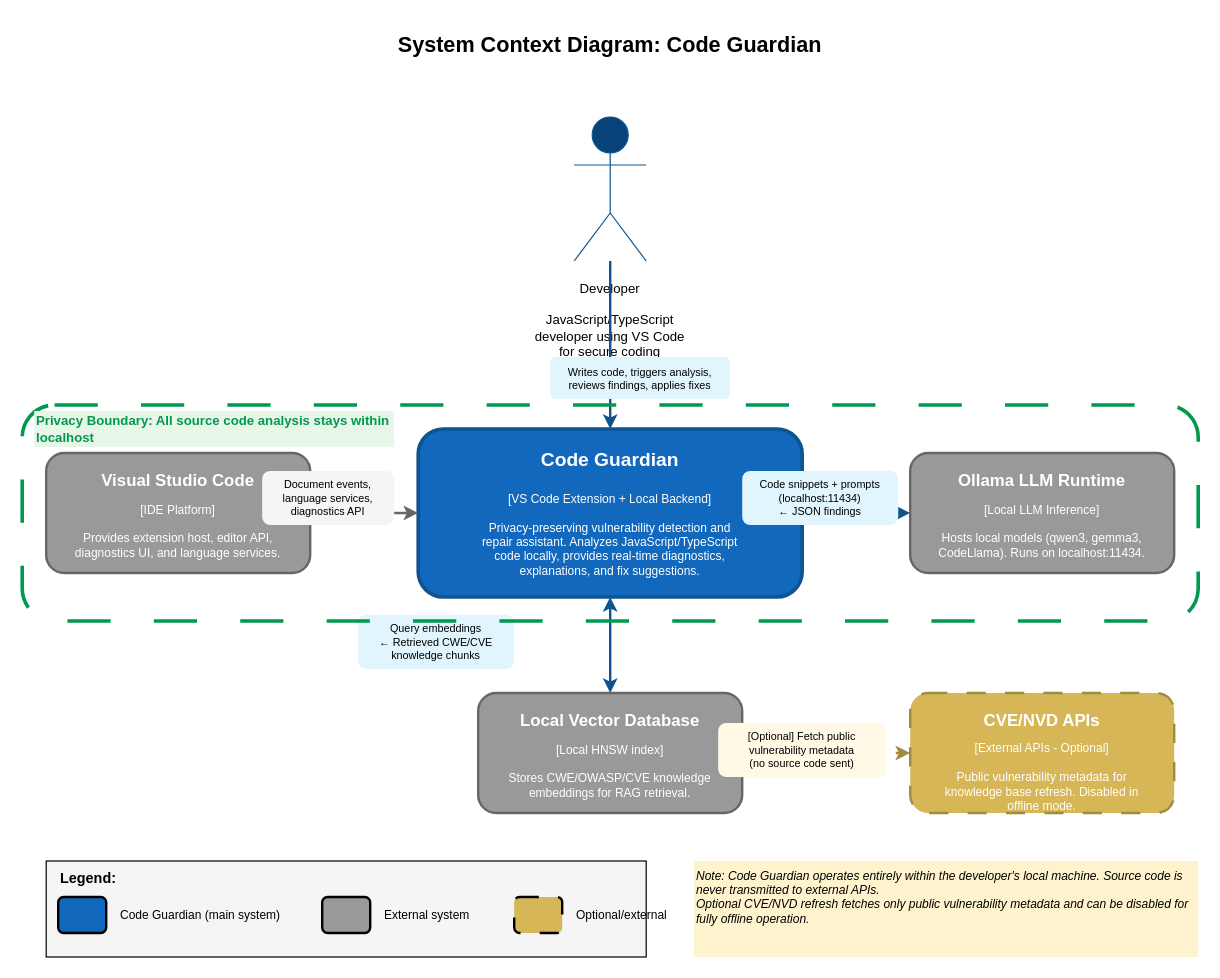
Above: code-guardian-thesis-report/images/c4_context.drawio in mdhafizur/tuc-master-thesis (draw.io), before the change. Source tidied: cells renumbered, new cells numbered last; positions are measured from the earlier drawing's top-left corner, leaving out a move shared by most shapes. Both pictures are drawn from the tidied source at 120%, with x=0, y=0 at pixel (22, 20).
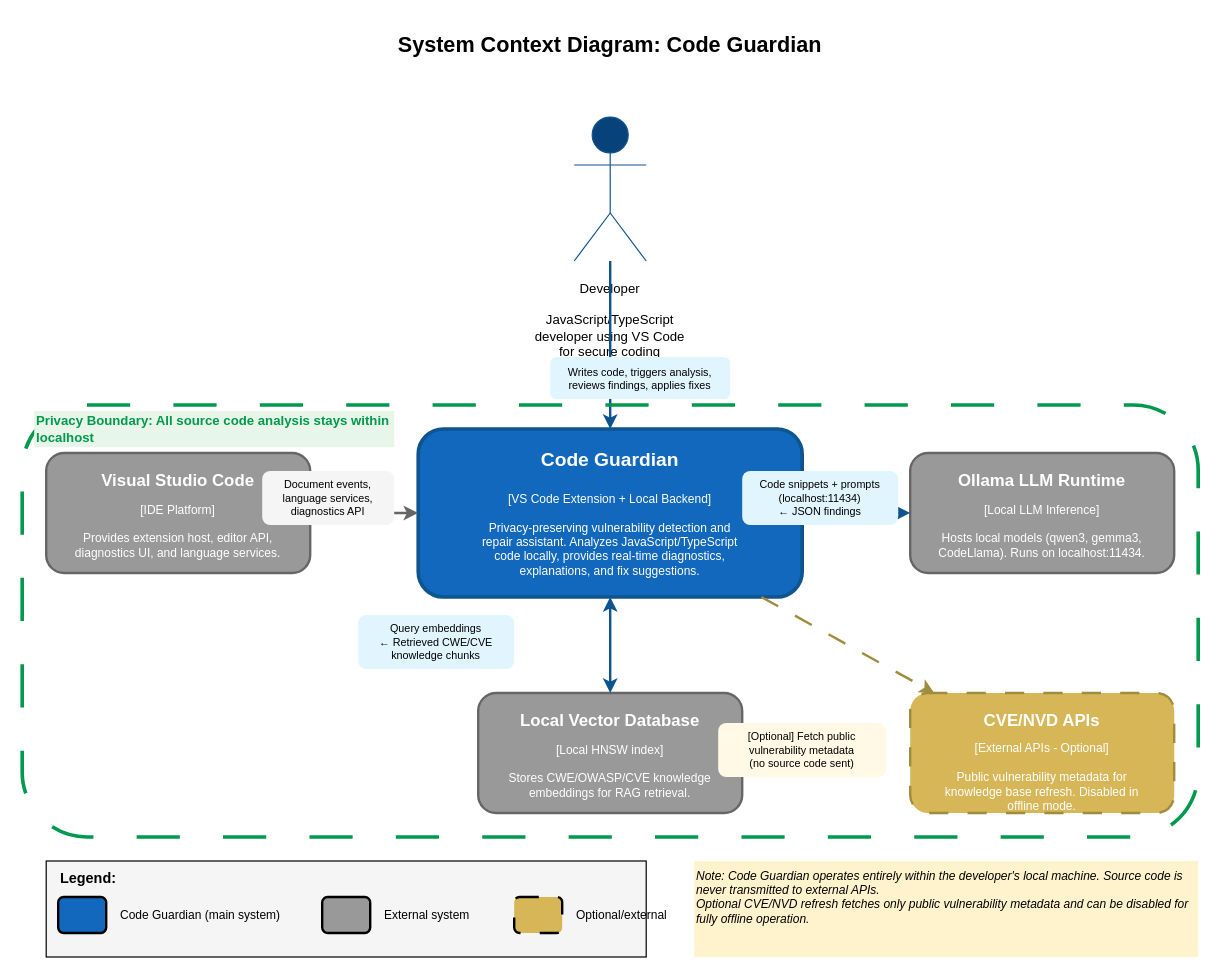
After the change.

The change refers to these unchanged cells:
```xml
<mxCell id="5" style="rounded=1;whiteSpace=wrap;html=1;fillColor=#1168bd;strokeColor=#0e548f;strokeWidth=3;" parent="1" vertex="1">
  <mxGeometry x="330" y="340" width="320" height="140" as="geometry" />
</mxCell>
<mxCell id="14" style="rounded=1;whiteSpace=wrap;html=1;fillColor=#999999;strokeColor=#666666;strokeWidth=2;" parent="1" vertex="1">
  <mxGeometry x="380" y="560" width="220" height="100" as="geometry" />
</mxCell>
<mxCell id="17" style="rounded=1;whiteSpace=wrap;html=1;fillColor=#d6b656;strokeColor=#9f8c3d;strokeWidth=2;dashed=1;dashPattern=8 8;" parent="1" vertex="1">
  <mxGeometry x="740" y="560" width="220" height="100" as="geometry" />
</mxCell>
```

The edit, as a diff of the source:
```diff
@@
-    <mxCell id="28" style="endArrow=classic;html=1;strokeWidth=2;strokeColor=#9f8c3d;dashed=1;dashPattern=8 8;" parent="1" edge="1" source="14" target="17">
+    <mxCell id="28" style="endArrow=classic;html=1;strokeWidth=2;strokeColor=#9f8c3d;dashed=1;dashPattern=8 8;" parent="1" edge="1" source="5" target="17">
       <mxGeometry relative="1" as="geometry" />
     </mxCell>
@@
     <mxCell id="30" style="rounded=1;whiteSpace=wrap;html=1;fillColor=none;strokeColor=#00994d;strokeWidth=3;dashed=1;dashPattern=12 12;" parent="1" vertex="1">
-      <mxGeometry y="320" width="980" height="180" as="geometry" />
+      <mxGeometry y="320" width="980" height="360" as="geometry" />
     </mxCell>
```
